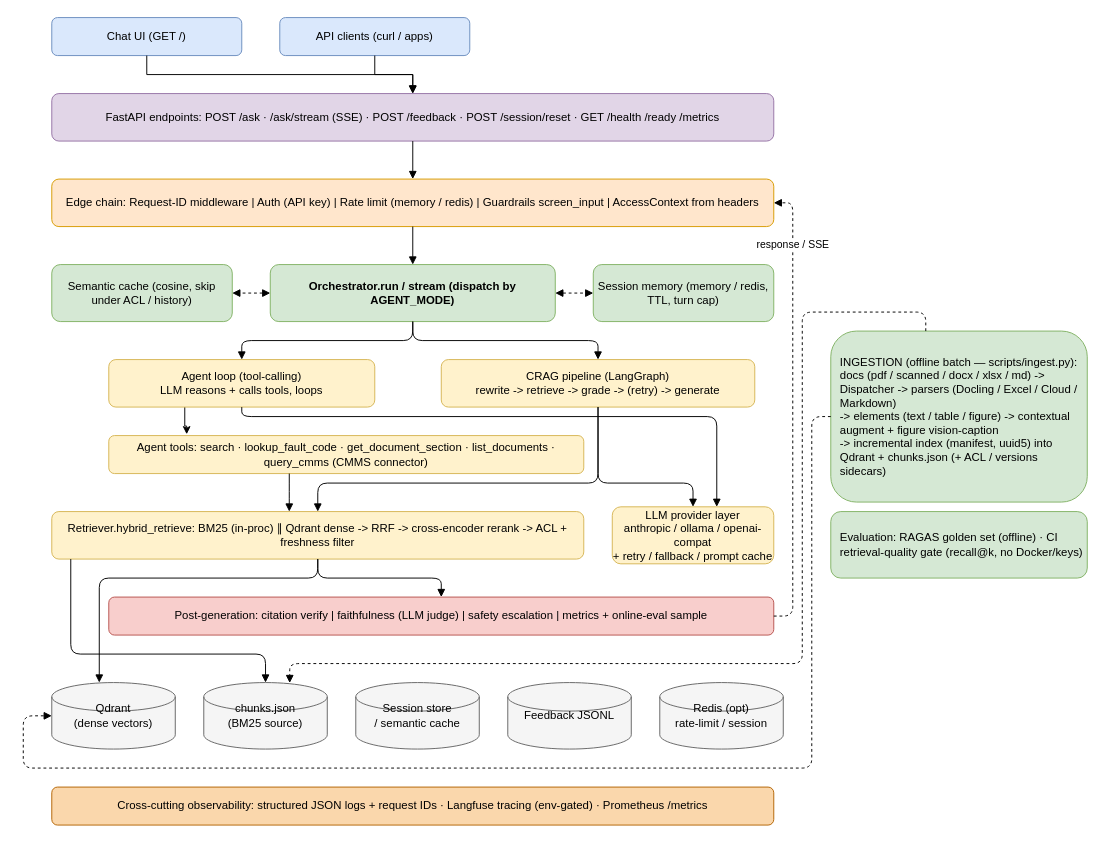
Earlier version of the draw.io diagram docs/design/hld.drawio (Nirmalnk05/rag_project). Source tidied: cells renumbered, new cells numbered last; positions are measured from the earlier drawing's top-left corner, leaving out a move shared by most shapes. Both pictures are drawn from the tidied source at 95%, with x=0, y=0 at pixel (23, 17).
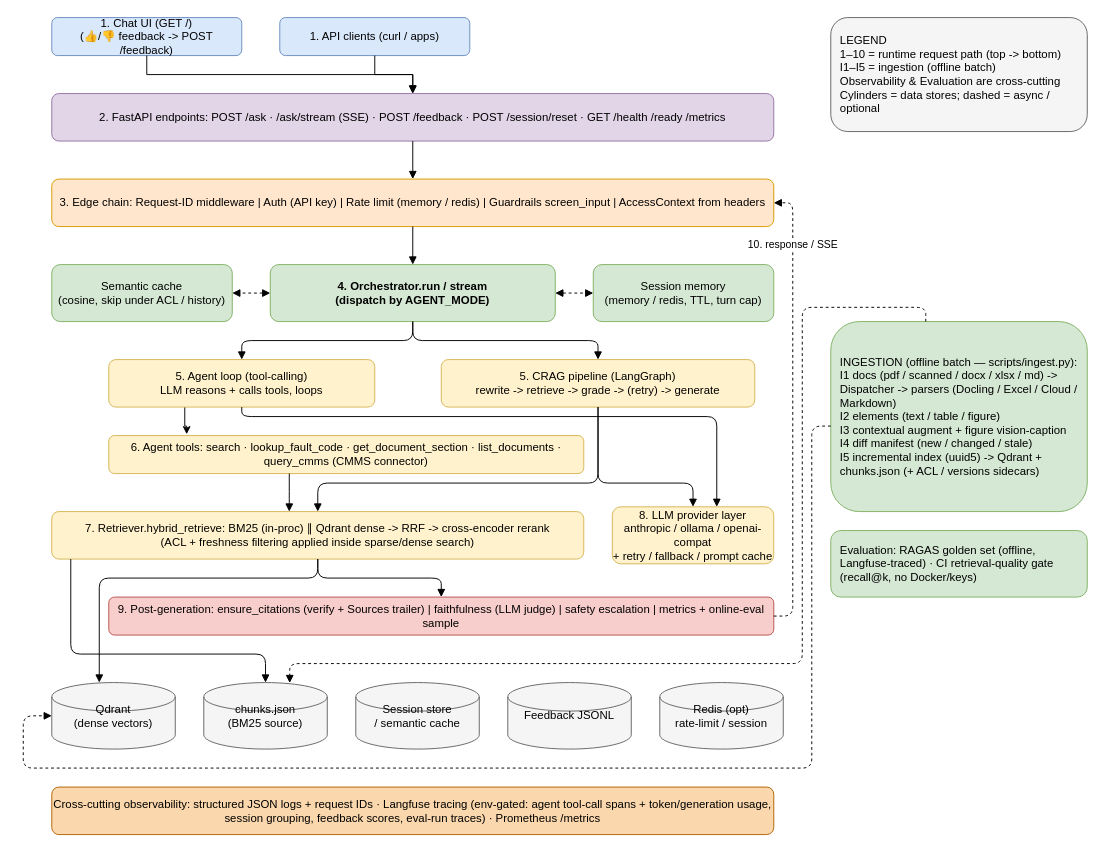
The same page after the edit.

Commit message (it also covers changes not shown here):
docs: number process flow in HLD/LLD diagrams + refresh to latest codebase

The change refers to these unchanged cells:
```xml
<mxCell id="16" value="Qdrant&#10;(dense vectors)" style="shape=cylinder3;whiteSpace=wrap;html=1;fillColor=#f5f5f5;strokeColor=#666666;" parent="1" vertex="1">
  <mxGeometry x="30" y="700" width="130" height="70" as="geometry" />
</mxCell>
<mxCell id="17" value="chunks.json&#10;(BM25 source)" style="shape=cylinder3;whiteSpace=wrap;html=1;fillColor=#f5f5f5;strokeColor=#666666;" parent="1" vertex="1">
  <mxGeometry x="190" y="700" width="130" height="70" as="geometry" />
</mxCell>
```

The edit, as a diff of the source:
```diff
@@
+    <mxCell id="42" value="LEGEND&#10;1–10 = runtime request path (top -&gt; bottom)&#10;I1–I5 = ingestion (offline batch)&#10;Observability &amp; Evaluation are cross-cutting&#10;Cylinders = data stores;  dashed = async / optional" style="rounded=1;whiteSpace=wrap;html=1;align=left;fillColor=#f5f5f5;strokeColor=#666666;spacingLeft=8;" parent="1" vertex="1">
+      <mxGeometry x="850" width="270" height="120" as="geometry" />
+    </mxCell>
-    <mxCell id="2" value="Chat UI (GET /)" style="rounded=1;whiteSpace=wrap;html=1;fillColor=#dae8fc;strokeColor=#6c8ebf;" parent="1" vertex="1">
+    <mxCell id="2" value="1. Chat UI (GET /)&#10;(👍/👎 feedback -&gt; POST /feedback)" style="rounded=1;whiteSpace=wrap;html=1;fillColor=#dae8fc;strokeColor=#6c8ebf;" parent="1" vertex="1">
       <mxGeometry x="30" width="200" height="40" as="geometry" />
     </mxCell>
-    <mxCell id="3" value="API clients (curl / apps)" style="rounded=1;whiteSpace=wrap;html=1;fillColor=#dae8fc;strokeColor=#6c8ebf;" parent="1" vertex="1">
+    <mxCell id="3" value="1. API clients (curl / apps)" style="rounded=1;whiteSpace=wrap;html=1;fillColor=#dae8fc;strokeColor=#6c8ebf;" parent="1" vertex="1">
       <mxGeometry x="270" width="200" height="40" as="geometry" />
     </mxCell>
-    <mxCell id="4" value="FastAPI endpoints:  POST /ask · /ask/stream (SSE) ·  POST /feedback ·  POST /session/reset ·  GET /health /ready /metrics" style="rounded=1;whiteSpace=wrap;html=1;fillColor=#e1d5e7;strokeColor=#9673a6;" parent="1" vertex="1">
+    <mxCell id="4" value="2. FastAPI endpoints:  POST /ask · /ask/stream (SSE) ·  POST /feedback ·  POST /session/reset ·  GET /health /ready /metrics" style="rounded=1;whiteSpace=wrap;html=1;fillColor=#e1d5e7;strokeColor=#9673a6;" parent="1" vertex="1">
       <mxGeometry x="30" y="80" width="760" height="50" as="geometry" />
     </mxCell>
-    <mxCell id="5" value="Edge chain:  Request-ID middleware  |  Auth (API key)  |  Rate limit (memory / redis)  |  Guardrails screen_input  |  AccessContext from headers" style="rounded=1;whiteSpace=wrap;html=1;fillColor=#ffe6cc;strokeColor=#d79b00;" parent="1" vertex="1">
+    <mxCell id="5" value="3. Edge chain:  Request-ID middleware  |  Auth (API key)  |  Rate limit (memory / redis)  |  Guardrails screen_input  |  AccessContext from headers" style="rounded=1;whiteSpace=wrap;html=1;fillColor=#ffe6cc;strokeColor=#d79b00;" parent="1" vertex="1">
       <mxGeometry x="30" y="170" width="760" height="50" as="geometry" />
     </mxCell>
-    <mxCell id="6" value="Semantic cache (cosine, skip under ACL / history)" style="rounded=1;whiteSpace=wrap;html=1;fillColor=#d5e8d4;strokeColor=#82b366;" parent="1" vertex="1">
+    <mxCell id="6" value="Semantic cache&#10;(cosine, skip under ACL / history)" style="rounded=1;whiteSpace=wrap;html=1;fillColor=#d5e8d4;strokeColor=#82b366;" parent="1" vertex="1">
       <mxGeometry x="30" y="260" width="190" height="60" as="geometry" />
     </mxCell>
-    <mxCell id="7" value="Orchestrator.run / stream  (dispatch by AGENT_MODE)" style="rounded=1;whiteSpace=wrap;html=1;fillColor=#d5e8d4;strokeColor=#82b366;fontStyle=1;" parent="1" vertex="1">
+    <mxCell id="7" value="4. Orchestrator.run / stream&#10;(dispatch by AGENT_MODE)" style="rounded=1;whiteSpace=wrap;html=1;fillColor=#d5e8d4;strokeColor=#82b366;fontStyle=1;" parent="1" vertex="1">
       <mxGeometry x="260" y="260" width="300" height="60" as="geometry" />
     </mxCell>
-    <mxCell id="8" value="Session memory (memory / redis, TTL, turn cap)" style="rounded=1;whiteSpace=wrap;html=1;fillColor=#d5e8d4;strokeColor=#82b366;" parent="1" vertex="1">
+    <mxCell id="8" value="Session memory&#10;(memory / redis, TTL, turn cap)" style="rounded=1;whiteSpace=wrap;html=1;fillColor=#d5e8d4;strokeColor=#82b366;" parent="1" vertex="1">
       <mxGeometry x="600" y="260" width="190" height="60" as="geometry" />
     </mxCell>
@@
-    <mxCell id="10" value="Agent loop (tool-calling)&#10;LLM reasons + calls tools, loops" style="rounded=1;whiteSpace=wrap;html=1;fillColor=#fff2cc;strokeColor=#d6b656;" parent="1" vertex="1">
+    <mxCell id="10" value="5. Agent loop (tool-calling)&#10;LLM reasons + calls tools, loops" style="rounded=1;whiteSpace=wrap;html=1;fillColor=#fff2cc;strokeColor=#d6b656;" parent="1" vertex="1">
       <mxGeometry x="90" y="360" width="280" height="50" as="geometry" />
     </mxCell>
-    <mxCell id="11" value="CRAG pipeline (LangGraph)&#10;rewrite -&gt; retrieve -&gt; grade -&gt; (retry) -&gt; generate" style="rounded=1;whiteSpace=wrap;html=1;fillColor=#fff2cc;strokeColor=#d6b656;" parent="1" vertex="1">
+    <mxCell id="11" value="5. CRAG pipeline (LangGraph)&#10;rewrite -&gt; retrieve -&gt; grade -&gt; (retry) -&gt; generate" style="rounded=1;whiteSpace=wrap;html=1;fillColor=#fff2cc;strokeColor=#d6b656;" parent="1" vertex="1">
       <mxGeometry x="440" y="360" width="330" height="50" as="geometry" />
     </mxCell>
-    <mxCell id="12" value="Agent tools:  search · lookup_fault_code · get_document_section · list_documents · query_cmms (CMMS connector)" style="rounded=1;whiteSpace=wrap;html=1;fillColor=#fff2cc;strokeColor=#d6b656;" parent="1" vertex="1">
+    <mxCell id="12" value="6. Agent tools:  search · lookup_fault_code · get_document_section · list_documents · query_cmms (CMMS connector)" style="rounded=1;whiteSpace=wrap;html=1;fillColor=#fff2cc;strokeColor=#d6b656;" parent="1" vertex="1">
       <mxGeometry x="90" y="440" width="500" height="40" as="geometry" />
     </mxCell>
-    <mxCell id="13" value="Retriever.hybrid_retrieve:  BM25 (in-proc) ∥ Qdrant dense -&gt; RRF -&gt; cross-encoder rerank -&gt; ACL + freshness filter" style="rounded=1;whiteSpace=wrap;html=1;fillColor=#fff2cc;strokeColor=#d6b656;" parent="1" vertex="1">
+    <mxCell id="13" value="7. Retriever.hybrid_retrieve:  BM25 (in-proc) ∥ Qdrant dense -&gt; RRF -&gt; cross-encoder rerank&#10;(ACL + freshness filtering applied inside sparse/dense search)" style="rounded=1;whiteSpace=wrap;html=1;fillColor=#fff2cc;strokeColor=#d6b656;" parent="1" vertex="1">
       <mxGeometry x="30" y="520" width="560" height="50" as="geometry" />
     </mxCell>
-    <mxCell id="14" value="LLM provider layer&#10;anthropic / ollama / openai-compat&#10;+ retry / fallback / prompt cache" style="rounded=1;whiteSpace=wrap;html=1;fillColor=#fff2cc;strokeColor=#d6b656;" parent="1" vertex="1">
+    <mxCell id="14" value="8. LLM provider layer&#10;anthropic / ollama / openai-compat&#10;+ retry / fallback / prompt cache" style="rounded=1;whiteSpace=wrap;html=1;fillColor=#fff2cc;strokeColor=#d6b656;" parent="1" vertex="1">
       <mxGeometry x="620" y="515" width="170" height="60" as="geometry" />
     </mxCell>
-    <mxCell id="15" value="Post-generation:  citation verify  |  faithfulness (LLM judge)  |  safety escalation  |  metrics + online-eval sample" style="rounded=1;whiteSpace=wrap;html=1;fillColor=#f8cecc;strokeColor=#b85450;" parent="1" vertex="1">
+    <mxCell id="15" value="9. Post-generation:  ensure_citations (verify + Sources trailer)  |  faithfulness (LLM judge)  |  safety escalation  |  metrics + online-eval sample" style="rounded=1;whiteSpace=wrap;html=1;fillColor=#f8cecc;strokeColor=#b85450;" parent="1" vertex="1">
       <mxGeometry x="90" y="610" width="700" height="40" as="geometry" />
     </mxCell>
@@
-    <mxCell id="21" value="Cross-cutting observability:  structured JSON logs + request IDs · Langfuse tracing (env-gated) · Prometheus /metrics" style="rounded=1;whiteSpace=wrap;html=1;fillColor=#fad7ac;strokeColor=#b46504;" parent="1" vertex="1">
-      <mxGeometry x="30" y="810" width="760" height="40" as="geometry" />
+    <mxCell id="21" value="Cross-cutting observability:  structured JSON logs + request IDs · Langfuse tracing (env-gated: agent tool-call spans + token/generation usage, session grouping, feedback scores, eval-run traces) · Prometheus /metrics" style="rounded=1;whiteSpace=wrap;html=1;fillColor=#fad7ac;strokeColor=#b46504;" parent="1" vertex="1">
+      <mxGeometry x="30" y="810" width="760" height="50" as="geometry" />
     </mxCell>
-    <mxCell id="22" value="INGESTION (offline batch — scripts/ingest.py):&#10;docs (pdf / scanned / docx / xlsx / md) -&gt; Dispatcher -&gt; parsers (Docling / Excel / Cloud / Markdown)&#10;-&gt; elements (text / table / figure) -&gt; contextual augment + figure vision-caption&#10;-&gt; incremental index (manifest, uuid5) into Qdrant + chunks.json  (+ ACL / versions sidecars)" style="rounded=1;whiteSpace=wrap;html=1;align=left;fillColor=#d5e8d4;strokeColor=#82b366;spacingLeft=8;" parent="1" vertex="1">
-      <mxGeometry x="850" y="330" width="270" height="180" as="geometry" />
+    <mxCell id="22" value="INGESTION (offline batch — scripts/ingest.py):&#10;I1  docs (pdf / scanned / docx / xlsx / md) -&gt; Dispatcher -&gt; parsers (Docling / Excel / Cloud / Markdown)&#10;I2  elements (text / table / figure)&#10;I3  contextual augment + figure vision-caption&#10;I4  diff manifest (new / changed / stale)&#10;I5  incremental index (uuid5) -&gt; Qdrant + chunks.json  (+ ACL / versions sidecars)" style="rounded=1;whiteSpace=wrap;html=1;align=left;fillColor=#d5e8d4;strokeColor=#82b366;spacingLeft=8;" parent="1" vertex="1">
+      <mxGeometry x="850" y="320" width="270" height="200" as="geometry" />
     </mxCell>
-    <mxCell id="23" value="Evaluation:  RAGAS golden set (offline) · CI retrieval-quality gate (recall@k, no Docker/keys)" style="rounded=1;whiteSpace=wrap;html=1;align=left;fillColor=#d5e8d4;strokeColor=#82b366;spacingLeft=8;" parent="1" vertex="1">
-      <mxGeometry x="850" y="520" width="270" height="70" as="geometry" />
+    <mxCell id="23" value="Evaluation:  RAGAS golden set (offline, Langfuse-traced) · CI retrieval-quality gate (recall@k, no Docker/keys)" style="rounded=1;whiteSpace=wrap;html=1;align=left;fillColor=#d5e8d4;strokeColor=#82b366;spacingLeft=8;" parent="1" vertex="1">
+      <mxGeometry x="850" y="540" width="270" height="70" as="geometry" />
     </mxCell>
@@
-    <mxCell id="39" value="response / SSE" style="edgeStyle=orthogonalEdgeStyle;html=1;endArrow=block;dashed=1;" parent="1" edge="1" source="15" target="5">
+    <mxCell id="39" value="10. response / SSE" style="edgeStyle=orthogonalEdgeStyle;html=1;endArrow=block;dashed=1;" parent="1" edge="1" source="15" target="5">
       <mxGeometry x="0.73" relative="1" as="geometry">
         <Array as="points">
           <mxPoint x="810" y="630" />
           <mxPoint x="810" y="195" />
         </Array>
       </mxGeometry>
     </mxCell>
     <mxCell id="40" style="edgeStyle=orthogonalEdgeStyle;html=1;endArrow=block;dashed=1;" parent="1" edge="1" source="22" target="16">
       <mxGeometry relative="1" as="geometry">
         <Array as="points">
-          <mxPoint x="830" y="420" />
+          <mxPoint x="830" y="430" />
           <mxPoint x="830" y="790" />
           <mxPoint y="790" />
           <mxPoint y="735" />
         </Array>
       </mxGeometry>
     </mxCell>
     <mxCell id="41" style="edgeStyle=orthogonalEdgeStyle;html=1;endArrow=block;dashed=1;entryX=0.696;entryY=0.007;entryDx=0;entryDy=0;entryPerimeter=0;" parent="1" edge="1" source="22" target="17">
       <mxGeometry relative="1" as="geometry">
         <Array as="points">
-          <mxPoint x="950" y="310" />
-          <mxPoint x="820" y="310" />
+          <mxPoint x="950" y="305" />
+          <mxPoint x="820" y="305" />
           <mxPoint x="820" y="680" />
           <mxPoint x="281" y="680" />
         </Array>
       </mxGeometry>
     </mxCell>
```
